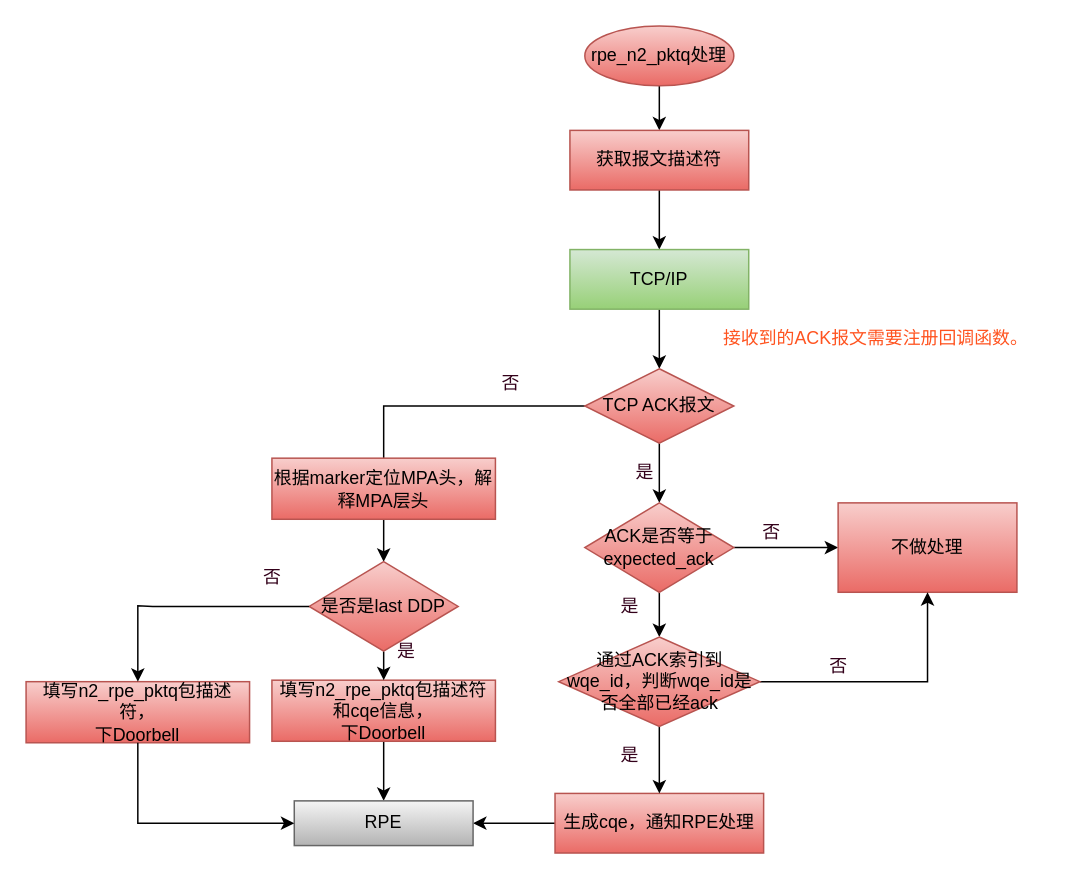
Earlier version of the draw.io diagram page "RX侧flow" (3 of 3) of Untitled Diagram.drawio (huazhongtan/nvim_config). Source tidied: cells renumbered, new cells numbered last; positions are measured from the earlier drawing's top-left corner, leaving out a move shared by most shapes. Both pictures are drawn from the tidied source at 149%, with x=0, y=0 at pixel (25, 25).
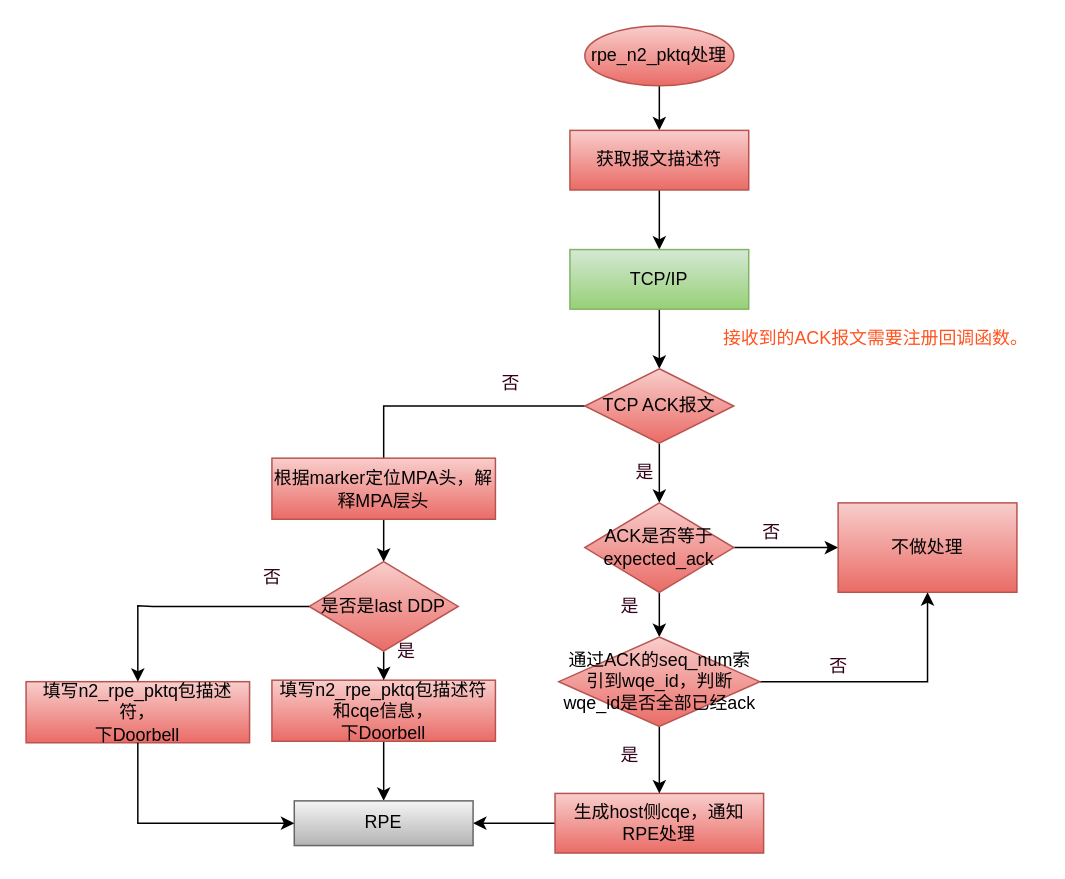
Above is the later version.

What changed in the source:
```diff
@@
-    <mxCell id="21" value="生成cqe，通知RPE处理" style="whiteSpace=wrap;html=1;strokeWidth=1;gradientColor=#ea6b66;fillColor=#f8cecc;strokeColor=#b85450;" parent="1" vertex="1">
+    <mxCell id="21" value="生成host侧cqe，通知RPE处理" style="whiteSpace=wrap;html=1;strokeWidth=1;gradientColor=#ea6b66;fillColor=#f8cecc;strokeColor=#b85450;" parent="1" vertex="1">
       <mxGeometry x="355" y="515" width="140" height="40" as="geometry" />
     </mxCell>
@@
-    <mxCell id="26" value="通过ACK索引到wqe_id，判断wqe_id是否全部已经ack" style="rhombus;whiteSpace=wrap;html=1;strokeWidth=1;gradientColor=#ea6b66;fillColor=#f8cecc;strokeColor=#b85450;" parent="1" vertex="1">
+    <mxCell id="26" value="通过ACK的seq_num索引到wqe_id，判断wqe_id是否全部已经ack" style="rhombus;whiteSpace=wrap;html=1;strokeWidth=1;gradientColor=#ea6b66;fillColor=#f8cecc;strokeColor=#b85450;" parent="1" vertex="1">
       <mxGeometry x="357.5" y="410" width="135" height="60" as="geometry" />
     </mxCell>
```
